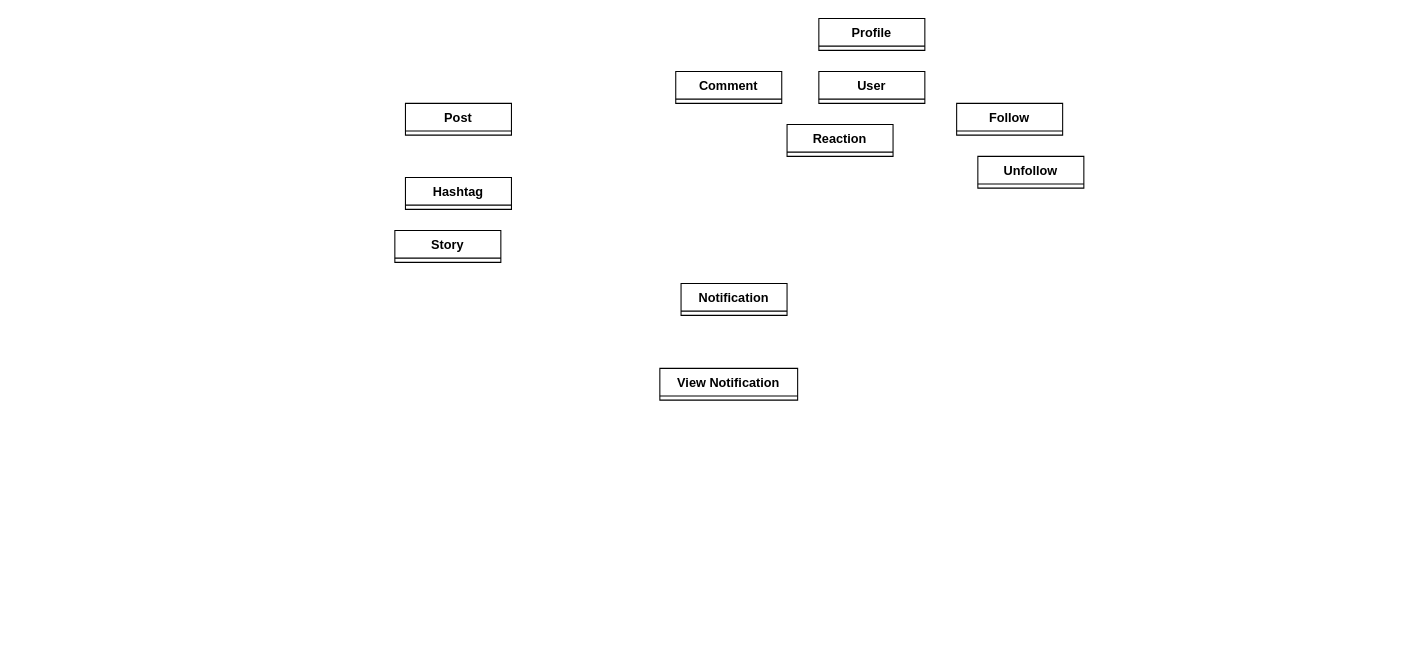
Above: page "Class Diagram" (2 of 2) of docs/fecth-instagram-.drawio in 200Lab-Capybara/instagram (draw.io), before the change. Source tidied: cells renumbered, new cells numbered last; positions are measured from the earlier drawing's top-left corner, leaving out a move shared by most shapes. Both pictures are drawn from the tidied source at 106%, with x=0, y=0 at pixel (394, 18).
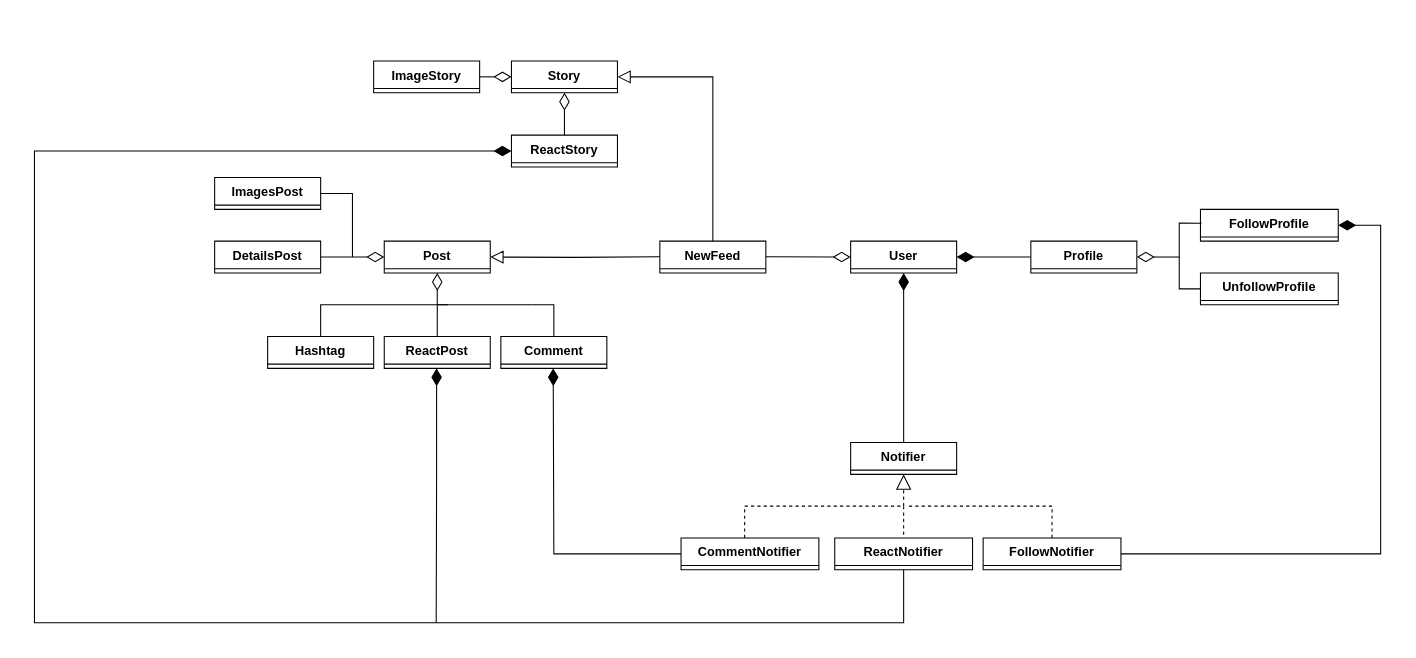
Above is the later version.

Diff of the diagram source:
```diff
@@
     <mxCell id="2" value="Post&lt;div&gt;&lt;br&gt;&lt;/div&gt;" style="swimlane;fontStyle=1;align=center;verticalAlign=top;horizontal=1;startSize=26;whiteSpace=wrap;html=1;" parent="1" vertex="1" collapsed="1">
-      <mxGeometry x="10" y="80" width="100" height="30" as="geometry" />
+      <mxGeometry x="-10" y="210" width="100" height="30" as="geometry" />
     </mxCell>
     <mxCell id="3" value="Story&lt;div&gt;&lt;br&gt;&lt;/div&gt;" style="swimlane;fontStyle=1;align=center;verticalAlign=top;horizontal=1;startSize=26;whiteSpace=wrap;html=1;" parent="1" vertex="1" collapsed="1">
-      <mxGeometry y="200" width="100" height="30" as="geometry" />
+      <mxGeometry x="110" y="40" width="100" height="30" as="geometry" />
     </mxCell>
     <mxCell id="4" value="&lt;div&gt;Profile&lt;/div&gt;" style="swimlane;fontStyle=1;align=center;verticalAlign=top;horizontal=1;startSize=26;whiteSpace=wrap;html=1;" parent="1" vertex="1" collapsed="1">
-      <mxGeometry x="400" width="100" height="30" as="geometry" />
+      <mxGeometry x="600" y="210" width="100" height="30" as="geometry" />
     </mxCell>
     <mxCell id="5" value="User" style="swimlane;fontStyle=1;align=center;verticalAlign=top;horizontal=1;startSize=26;whiteSpace=wrap;html=1;" parent="1" vertex="1" collapsed="1">
-      <mxGeometry x="400" y="50" width="100" height="30" as="geometry" />
+      <mxGeometry x="430" y="210" width="100" height="30" as="geometry" />
     </mxCell>
     <mxCell id="6" value="Hashtag" style="swimlane;fontStyle=1;align=center;verticalAlign=top;horizontal=1;startSize=26;whiteSpace=wrap;html=1;" parent="1" vertex="1" collapsed="1">
-      <mxGeometry x="10" y="150" width="100" height="30" as="geometry" />
+      <mxGeometry x="-120" y="300" width="100" height="30" as="geometry" />
     </mxCell>
     <mxCell id="7" value="Comment" style="swimlane;fontStyle=1;align=center;verticalAlign=top;horizontal=1;startSize=26;whiteSpace=wrap;html=1;" parent="1" vertex="1" collapsed="1">
-      <mxGeometry x="265" y="50" width="100" height="30" as="geometry" />
+      <mxGeometry x="100" y="300" width="100" height="30" as="geometry" />
     </mxCell>
-    <mxCell id="8" value="Reaction" style="swimlane;fontStyle=1;align=center;verticalAlign=top;horizontal=1;startSize=26;whiteSpace=wrap;html=1;" parent="1" vertex="1" collapsed="1">
-      <mxGeometry x="370" y="100" width="100" height="30" as="geometry" />
+    <mxCell id="8" value="ImageStory" style="swimlane;fontStyle=1;align=center;verticalAlign=top;horizontal=1;startSize=26;whiteSpace=wrap;html=1;" parent="1" vertex="1" collapsed="1">
+      <mxGeometry x="-20" y="40" width="100" height="30" as="geometry" />
     </mxCell>
-    <mxCell id="9" value="Follow" style="swimlane;fontStyle=1;align=center;verticalAlign=top;horizontal=1;startSize=26;whiteSpace=wrap;html=1;" parent="1" vertex="1" collapsed="1">
-      <mxGeometry x="530" y="80" width="100" height="30" as="geometry" />
+    <mxCell id="9" value="ReactPost" style="swimlane;fontStyle=1;align=center;verticalAlign=top;horizontal=1;startSize=26;whiteSpace=wrap;html=1;" parent="1" vertex="1" collapsed="1">
+      <mxGeometry x="-10" y="300" width="100" height="30" as="geometry" />
     </mxCell>
-    <mxCell id="10" value="Unfollow" style="swimlane;fontStyle=1;align=center;verticalAlign=top;horizontal=1;startSize=26;whiteSpace=wrap;html=1;" parent="1" vertex="1" collapsed="1">
-      <mxGeometry x="550" y="130" width="100" height="30" as="geometry" />
+    <mxCell id="10" value="UnfollowProfile" style="swimlane;fontStyle=1;align=center;verticalAlign=top;horizontal=1;startSize=26;whiteSpace=wrap;html=1;" parent="1" vertex="1" collapsed="1">
+      <mxGeometry x="760" y="240" width="130" height="30" as="geometry" />
     </mxCell>
-    <mxCell id="11" value="&lt;div&gt;Notification&lt;/div&gt;" style="swimlane;fontStyle=1;align=center;verticalAlign=top;horizontal=1;startSize=26;whiteSpace=wrap;html=1;" parent="1" vertex="1" collapsed="1">
-      <mxGeometry x="270" y="250" width="100" height="30" as="geometry" />
+    <mxCell id="11" value="Notifier" style="swimlane;fontStyle=1;align=center;verticalAlign=top;horizontal=1;startSize=26;whiteSpace=wrap;html=1;" parent="1" vertex="1" collapsed="1">
+      <mxGeometry x="430" y="400" width="100" height="30" as="geometry" />
     </mxCell>
-    <mxCell id="12" value="&lt;div&gt;View Notification&lt;/div&gt;" style="swimlane;fontStyle=1;align=center;verticalAlign=top;horizontal=1;startSize=26;whiteSpace=wrap;html=1;" parent="1" vertex="1" collapsed="1">
-      <mxGeometry x="250" y="330" width="130" height="30" as="geometry" />
-    </mxCell>
+    <mxCell id="13" value="FollowNotifier" style="swimlane;fontStyle=1;align=center;verticalAlign=top;horizontal=1;startSize=26;whiteSpace=wrap;html=1;" parent="1" vertex="1" collapsed="1">
+      <mxGeometry x="555" y="490" width="130" height="30" as="geometry" />
+    </mxCell>
+    <mxCell id="14" style="endArrow=block;dashed=1;endFill=0;endSize=12;html=1;rounded=0;exitX=0.5;exitY=0;exitDx=0;exitDy=0;entryX=0.5;entryY=1;entryDx=0;entryDy=0;" parent="1" edge="1" target="11">
+      <mxGeometry relative="1" as="geometry">
+        <mxPoint x="330" y="490" as="sourcePoint" />
+        <Array as="points">
+          <mxPoint x="330" y="460" />
+          <mxPoint x="480" y="460" />
+        </Array>
+      </mxGeometry>
+    </mxCell>
+    <mxCell id="15" style="endArrow=none;dashed=1;html=1;rounded=0;entryX=0.5;entryY=0;entryDx=0;entryDy=0;" parent="1" edge="1">
+      <mxGeometry relative="1" as="geometry">
+        <mxPoint x="480" y="460" as="sourcePoint" />
+        <mxPoint x="480" y="490" as="targetPoint" />
+        <Array as="points">
+          <mxPoint x="480" y="460" />
+        </Array>
+      </mxGeometry>
+    </mxCell>
+    <mxCell id="16" style="endArrow=none;dashed=1;html=1;rounded=0;entryX=0.5;entryY=0;entryDx=0;entryDy=0;" parent="1" edge="1" target="13">
+      <mxGeometry relative="1" as="geometry">
+        <mxPoint x="485" y="460" as="sourcePoint" />
+        <Array as="points">
+          <mxPoint x="620" y="460" />
+        </Array>
+      </mxGeometry>
+    </mxCell>
+    <mxCell id="17" style="endArrow=diamondThin;html=1;rounded=0;endFill=0;startSize=6;endSize=14;entryX=0;entryY=0.5;entryDx=0;entryDy=0;exitX=1;exitY=0.5;exitDx=0;exitDy=0;" parent="1" edge="1" source="31" target="2">
+      <mxGeometry relative="1" as="geometry" />
+    </mxCell>
+    <mxCell id="18" style="endArrow=diamondThin;html=1;rounded=0;endFill=1;startSize=6;endSize=14;entryX=0.5;entryY=1;entryDx=0;entryDy=0;exitX=0.5;exitY=0;exitDx=0;exitDy=0;" parent="1" edge="1" source="11" target="5">
+      <mxGeometry relative="1" as="geometry">
+        <Array as="points">
+          <mxPoint x="480" y="340" />
+        </Array>
+      </mxGeometry>
+    </mxCell>
+    <mxCell id="19" style="endArrow=diamondThin;html=1;rounded=0;endFill=0;startSize=6;endSize=14;entryX=0.5;entryY=1;entryDx=0;entryDy=0;" parent="1" edge="1" target="2">
+      <mxGeometry relative="1" as="geometry">
+        <mxPoint x="40" y="270" as="sourcePoint" />
+      </mxGeometry>
+    </mxCell>
+    <mxCell id="20" value="ReactStory" style="swimlane;fontStyle=1;align=center;verticalAlign=top;horizontal=1;startSize=26;whiteSpace=wrap;html=1;" parent="1" vertex="1" collapsed="1">
+      <mxGeometry x="110" y="110" width="100" height="30" as="geometry" />
+    </mxCell>
+    <mxCell id="21" style="endArrow=none;html=1;rounded=0;exitX=0.5;exitY=0;exitDx=0;exitDy=0;" parent="1" edge="1" source="9">
+      <mxGeometry relative="1" as="geometry">
+        <mxPoint x="130" y="270" as="targetPoint" />
+        <Array as="points">
+          <mxPoint x="40" y="270" />
+        </Array>
+      </mxGeometry>
+    </mxCell>
+    <mxCell id="22" value="&lt;div&gt;NewFeed&lt;/div&gt;" style="swimlane;fontStyle=1;align=center;verticalAlign=top;horizontal=1;startSize=26;whiteSpace=wrap;html=1;" parent="1" vertex="1" collapsed="1">
+      <mxGeometry x="250" y="210" width="100" height="30" as="geometry" />
+    </mxCell>
+    <mxCell id="23" style="edgeStyle=orthogonalEdgeStyle;rounded=0;jettySize=auto;html=1;endSize=10;endArrow=block;endFill=0;entryX=1;entryY=0.5;entryDx=0;entryDy=0;" parent="1" edge="1" target="2">
+      <mxGeometry relative="1" as="geometry">
+        <mxPoint x="250" y="224.8" as="sourcePoint" />
+      </mxGeometry>
+    </mxCell>
+    <mxCell id="24" style="edgeStyle=orthogonalEdgeStyle;rounded=0;jettySize=auto;html=1;endSize=10;endArrow=block;endFill=0;exitX=0.5;exitY=0;exitDx=0;exitDy=0;entryX=1;entryY=0.5;entryDx=0;entryDy=0;" parent="1" edge="1" source="22" target="3">
+      <mxGeometry relative="1" as="geometry" />
+    </mxCell>
+    <mxCell id="25" style="endArrow=diamondThin;html=1;rounded=0;endFill=0;startSize=6;endSize=14;exitX=1;exitY=0.5;exitDx=0;exitDy=0;" parent="1" edge="1">
+      <mxGeometry relative="1" as="geometry">
+        <mxPoint x="350" y="224.7" as="sourcePoint" />
+        <mxPoint x="430" y="225" as="targetPoint" />
+      </mxGeometry>
+    </mxCell>
+    <mxCell id="26" style="endArrow=diamondThin;html=1;rounded=0;endFill=0;startSize=6;endSize=14;entryX=0.5;entryY=1;entryDx=0;entryDy=0;exitX=0.5;exitY=0;exitDx=0;exitDy=0;" parent="1" edge="1" source="20" target="3">
+      <mxGeometry relative="1" as="geometry" />
+    </mxCell>
+    <mxCell id="27" value="FollowProfile" style="swimlane;fontStyle=1;align=center;verticalAlign=top;horizontal=1;startSize=26;whiteSpace=wrap;html=1;" parent="1" vertex="1" collapsed="1">
+      <mxGeometry x="760" y="180" width="130" height="30" as="geometry" />
+    </mxCell>
+    <mxCell id="28" value="ImagesPost" style="swimlane;fontStyle=1;align=center;verticalAlign=top;horizontal=1;startSize=26;whiteSpace=wrap;html=1;" parent="1" vertex="1" collapsed="1">
+      <mxGeometry x="-170" y="150" width="100" height="30" as="geometry" />
+    </mxCell>
+    <mxCell id="29" style="endArrow=none;html=1;rounded=0;exitX=0.5;exitY=0;exitDx=0;exitDy=0;" parent="1" edge="1">
+      <mxGeometry relative="1" as="geometry">
+        <mxPoint x="-70" y="300" as="sourcePoint" />
+        <mxPoint x="50" y="270" as="targetPoint" />
+        <Array as="points">
+          <mxPoint x="-70" y="270" />
+        </Array>
+      </mxGeometry>
+    </mxCell>
+    <mxCell id="30" style="endArrow=none;html=1;rounded=0;exitX=0.5;exitY=0;exitDx=0;exitDy=0;" parent="1" edge="1" source="7">
+      <mxGeometry relative="1" as="geometry">
+        <mxPoint x="130" y="270" as="targetPoint" />
+        <Array as="points">
+          <mxPoint x="150" y="270" />
+        </Array>
+      </mxGeometry>
+    </mxCell>
+    <mxCell id="31" value="DetailsPost" style="swimlane;fontStyle=1;align=center;verticalAlign=top;horizontal=1;startSize=26;whiteSpace=wrap;html=1;" parent="1" vertex="1" collapsed="1">
+      <mxGeometry x="-170" y="210" width="100" height="30" as="geometry" />
+    </mxCell>
+    <mxCell id="32" style="endArrow=none;html=1;rounded=0;entryX=1;entryY=0.5;entryDx=0;entryDy=0;" parent="1" edge="1" target="28">
+      <mxGeometry relative="1" as="geometry">
+        <mxPoint x="-40" y="225" as="sourcePoint" />
+        <Array as="points">
+          <mxPoint x="-40" y="165" />
+        </Array>
+      </mxGeometry>
+    </mxCell>
+    <mxCell id="33" style="endArrow=diamondThin;html=1;rounded=0;endFill=0;startSize=6;endSize=14;entryX=0;entryY=0.5;entryDx=0;entryDy=0;exitX=1;exitY=0.5;exitDx=0;exitDy=0;" parent="1" edge="1" source="8" target="3">
+      <mxGeometry relative="1" as="geometry" />
+    </mxCell>
+    <mxCell id="34" style="endArrow=diamondThin;html=1;rounded=0;endFill=1;startSize=6;endSize=14;entryX=1;entryY=0.5;entryDx=0;entryDy=0;exitX=0;exitY=0.5;exitDx=0;exitDy=0;" parent="1" edge="1" source="4" target="5">
+      <mxGeometry relative="1" as="geometry" />
+    </mxCell>
+    <mxCell id="35" style="endArrow=diamondThin;html=1;rounded=0;endFill=0;startSize=6;endSize=14;entryX=1;entryY=0.5;entryDx=0;entryDy=0;" parent="1" edge="1" target="4">
+      <mxGeometry relative="1" as="geometry">
+        <mxPoint x="740" y="225" as="sourcePoint" />
+      </mxGeometry>
+    </mxCell>
+    <mxCell id="36" style="endArrow=none;html=1;rounded=0;exitX=0;exitY=0.5;exitDx=0;exitDy=0;entryX=0.008;entryY=0.439;entryDx=0;entryDy=0;entryPerimeter=0;" parent="1" edge="1" source="10" target="27">
+      <mxGeometry relative="1" as="geometry">
+        <Array as="points">
+          <mxPoint x="740" y="255" />
+          <mxPoint x="740" y="193" />
+        </Array>
+      </mxGeometry>
+    </mxCell>
+    <mxCell id="37" style="endArrow=diamondThin;html=1;rounded=0;endFill=1;startSize=6;endSize=14;entryX=1;entryY=0.5;entryDx=0;entryDy=0;exitX=1;exitY=0.5;exitDx=0;exitDy=0;" parent="1" edge="1" source="13" target="27">
+      <mxGeometry relative="1" as="geometry">
+        <Array as="points">
+          <mxPoint x="710" y="505" />
+          <mxPoint x="930" y="505" />
+          <mxPoint x="930" y="290" />
+          <mxPoint x="930" y="195" />
+        </Array>
+      </mxGeometry>
+    </mxCell>
+    <mxCell id="38" style="endArrow=diamondThin;html=1;rounded=0;endFill=1;startSize=6;endSize=14;entryX=0;entryY=0.5;entryDx=0;entryDy=0;exitX=0.5;exitY=1;exitDx=0;exitDy=0;" parent="1" edge="1" source="39" target="20">
+      <mxGeometry relative="1" as="geometry">
+        <Array as="points">
+          <mxPoint x="480" y="570" />
+          <mxPoint x="-340" y="570" />
+          <mxPoint x="-340" y="230" />
+          <mxPoint x="-340" y="125" />
+        </Array>
+      </mxGeometry>
+    </mxCell>
+    <mxCell id="39" value="ReactNotifier" style="swimlane;fontStyle=1;align=center;verticalAlign=top;horizontal=1;startSize=26;whiteSpace=wrap;html=1;" parent="1" vertex="1" collapsed="1">
+      <mxGeometry x="415" y="490" width="130" height="30" as="geometry" />
+    </mxCell>
+    <mxCell id="40" value="CommentNotifier" style="swimlane;fontStyle=1;align=center;verticalAlign=top;horizontal=1;startSize=26;whiteSpace=wrap;html=1;" parent="1" vertex="1" collapsed="1">
+      <mxGeometry x="270" y="490" width="130" height="30" as="geometry" />
+    </mxCell>
+    <mxCell id="41" style="endArrow=diamondThin;html=1;rounded=0;endFill=1;startSize=6;endSize=14;entryX=0.5;entryY=1;entryDx=0;entryDy=0;exitX=0;exitY=0.5;exitDx=0;exitDy=0;" parent="1" edge="1" source="40">
+      <mxGeometry relative="1" as="geometry">
+        <mxPoint x="149.4" y="330" as="targetPoint" />
+        <Array as="points">
+          <mxPoint x="150" y="505" />
+        </Array>
+      </mxGeometry>
+    </mxCell>
+    <mxCell id="42" style="endArrow=diamondThin;html=1;rounded=0;endFill=1;startSize=6;endSize=14;entryX=0.5;entryY=1;entryDx=0;entryDy=0;" parent="1" edge="1">
+      <mxGeometry relative="1" as="geometry">
+        <mxPoint x="39" y="570" as="sourcePoint" />
+        <mxPoint x="39.4" y="330" as="targetPoint" />
+        <Array as="points">
+          <mxPoint x="39.4" y="430" />
+        </Array>
+      </mxGeometry>
+    </mxCell>
```
